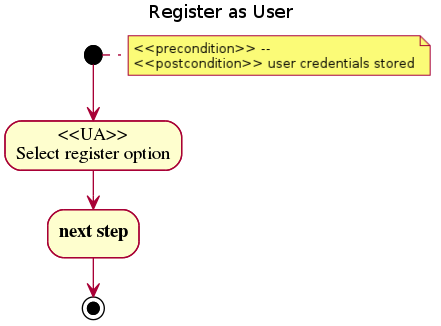
Earlier version of the PlantUML export images/gsoc/2012/bugpile/register-as-user-uml-roa.png (bzg/worg).
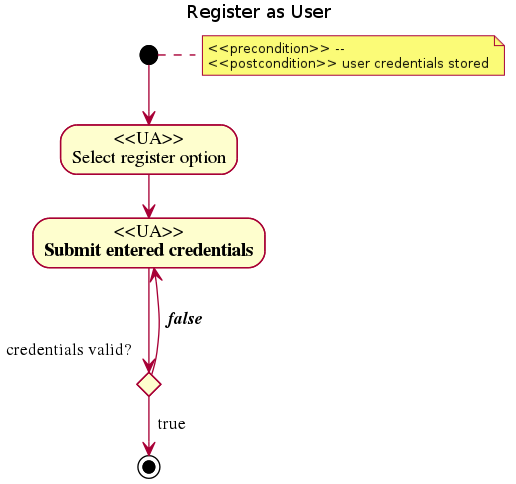
Later version of the same file.

Commit message:
[gsoc12] register-as-user-uml-roa plantuml sourceblock in i.org finished.

Diff of the diagram source:
```diff
@@ -1,7 +1,11 @@
 @startuml
 title Register as User
 note right: <<precondition>> -- \n<<postcondition>> user credentials stored
-(*)--> "<<UA>>\nSelect register option"
---> "next step"
---> (*)
+(*) -->  "<<UA>>\nSelect register option"
+--> "<<UA>>\nSubmit entered credentials"
+if "credentials valid?                                   " then
+  --> [  true]  (*)
+else
+  ---> [  false] "<<UA>>\nSubmit entered credentials"
+endif
 @enduml
```
